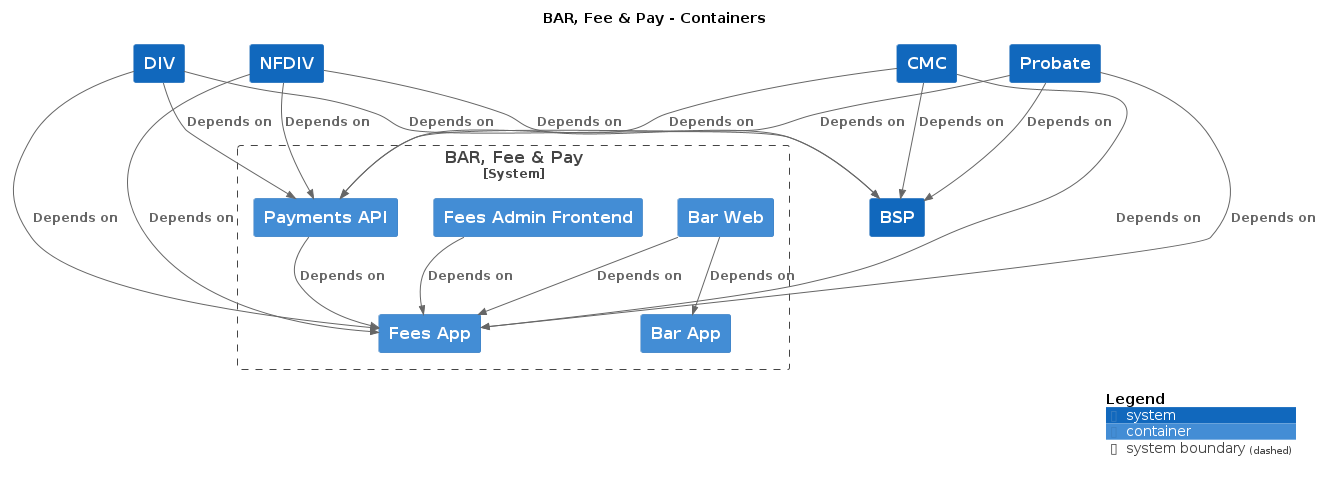
Before: docs/c4/bar_fee__pay/images/structurizr-bar_fee__pay-overview.png, a diagram exported from PlantUML (hmcts/cnp-api-docs). Its diagram source:
```plantuml
@startuml
title BAR, Fee & Pay - Containers

top to bottom direction

!include https://raw.githubusercontent.com/plantuml-stdlib/C4-PlantUML/master/C4.puml
!include https://raw.githubusercontent.com/plantuml-stdlib/C4-PlantUML/master/C4_Context.puml
!include https://raw.githubusercontent.com/plantuml-stdlib/C4-PlantUML/master/C4_Container.puml

System(DIV, "DIV", "", $tags="")
System(NFDIV, "NFDIV", "", $tags="")
System(Probate, "Probate", "", $tags="")
System(BSP, "BSP", "", $tags="")
System(CMC, "CMC", "", $tags="")

System_Boundary("BARFeePay_boundary", "BAR, Fee & Pay") {
  Container(BARFeePay.BarWeb, "Bar Web", "", $tags="")
  Container(BARFeePay.BarApp, "Bar App", "", $tags="")
  Container(BARFeePay.FeesAdminFrontend, "Fees Admin Frontend", "", $tags="")
  Container(BARFeePay.FeesApp, "Fees App", "", $tags="")
  Container(BARFeePay.PaymentsAPI, "Payments API", "", $tags="")
}

Rel_D(BARFeePay.BarWeb, BARFeePay.BarApp, "Depends on", $tags="")
Rel_D(BARFeePay.BarWeb, BARFeePay.FeesApp, "Depends on", $tags="")
Rel_D(BARFeePay.FeesAdminFrontend, BARFeePay.FeesApp, "Depends on", $tags="")
Rel_D(BARFeePay.PaymentsAPI, BARFeePay.FeesApp, "Depends on", $tags="")
Rel_D(CMC, BARFeePay.PaymentsAPI, "Depends on", $tags="")
Rel_D(CMC, BARFeePay.FeesApp, "Depends on", $tags="")
Rel_D(CMC, BSP, "Depends on", $tags="")
Rel_D(DIV, BARFeePay.FeesApp, "Depends on", $tags="")
Rel_D(DIV, BARFeePay.PaymentsAPI, "Depends on", $tags="")
Rel_D(DIV, BSP, "Depends on", $tags="")
Rel_D(Probate, BARFeePay.FeesApp, "Depends on", $tags="")
Rel_D(Probate, BARFeePay.PaymentsAPI, "Depends on", $tags="")
Rel_D(Probate, BSP, "Depends on", $tags="")
Rel_D(NFDIV, BARFeePay.FeesApp, "Depends on", $tags="")
Rel_D(NFDIV, BARFeePay.PaymentsAPI, "Depends on", $tags="")
Rel_D(NFDIV, BSP, "Depends on", $tags="")

SHOW_DYNAMIC_LEGEND()
@enduml
```
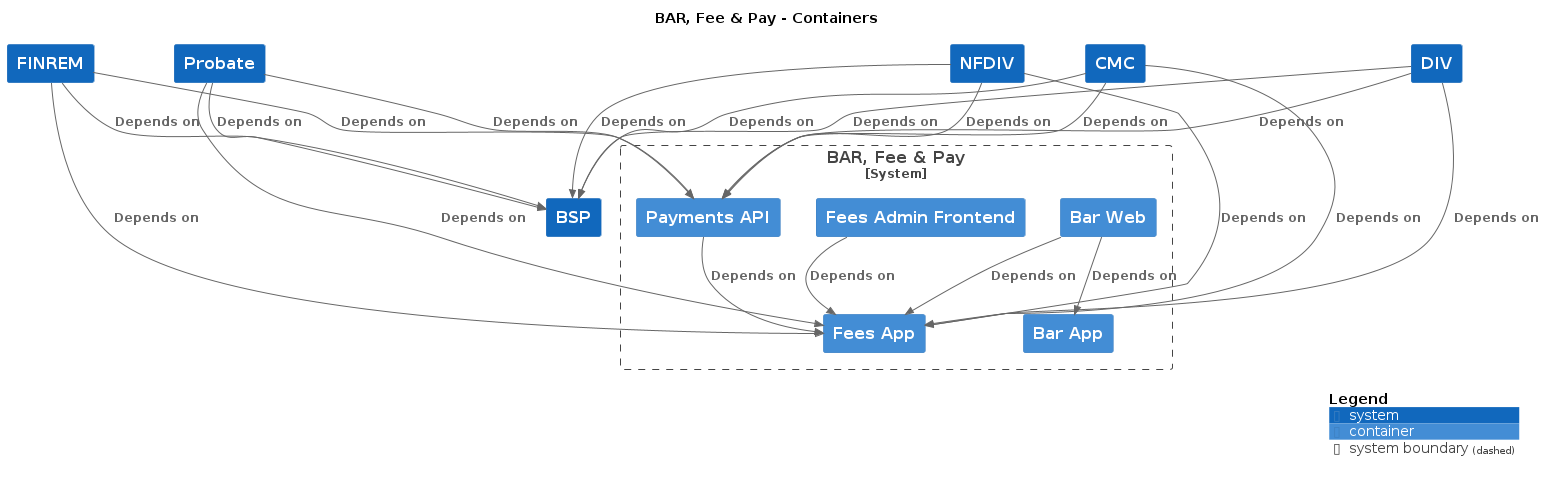
Above is the later version.

Diff of the diagram source:
```diff
@@ -7,9 +7,10 @@
 !include https://raw.githubusercontent.com/plantuml-stdlib/C4-PlantUML/master/C4_Context.puml
 !include https://raw.githubusercontent.com/plantuml-stdlib/C4-PlantUML/master/C4_Container.puml
 
+System(FINREM, "FINREM", "", $tags="")
+System(Probate, "Probate", "", $tags="")
 System(DIV, "DIV", "", $tags="")
 System(NFDIV, "NFDIV", "", $tags="")
-System(Probate, "Probate", "", $tags="")
 System(BSP, "BSP", "", $tags="")
 System(CMC, "CMC", "", $tags="")
 
@@ -31,6 +32,9 @@
 Rel_D(DIV, BARFeePay.FeesApp, "Depends on", $tags="")
 Rel_D(DIV, BARFeePay.PaymentsAPI, "Depends on", $tags="")
 Rel_D(DIV, BSP, "Depends on", $tags="")
+Rel_D(FINREM, BARFeePay.FeesApp, "Depends on", $tags="")
+Rel_D(FINREM, BARFeePay.PaymentsAPI, "Depends on", $tags="")
+Rel_D(FINREM, BSP, "Depends on", $tags="")
 Rel_D(Probate, BARFeePay.FeesApp, "Depends on", $tags="")
 Rel_D(Probate, BARFeePay.PaymentsAPI, "Depends on", $tags="")
 Rel_D(Probate, BSP, "Depends on", $tags="")
```
